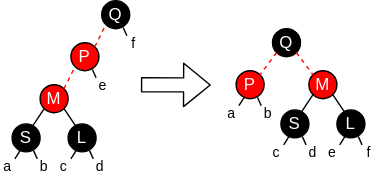
xuese0513/image keeps this draw.io diagram as DSA/note/RBT rotation LL.drawio.svg. Above is the earlier version. Source tidied: cells renumbered, new cells last; positions are measured from the earlier drawing's top-left corner, leaving out a move shared by most shapes.
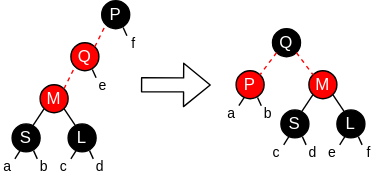
After the commit.

The edit, as a diff of the source:
```diff
@@ -43,7 +43,7 @@
     <mxCell id="14" value="S" style="ellipse;whiteSpace=wrap;html=1;fillColor=#000000;fontColor=#FFFFFF;" parent="1" vertex="1">
       <mxGeometry x="8" y="88" width="20" height="20" as="geometry" />
     </mxCell>
-    <mxCell id="15" value="P" style="ellipse;whiteSpace=wrap;html=1;fillColor=#FF0000;fontColor=#FFFFFF;" parent="1" vertex="1">
+    <mxCell id="15" value="Q" style="ellipse;whiteSpace=wrap;html=1;fillColor=#FF0000;fontColor=#FFFFFF;" parent="1" vertex="1">
       <mxGeometry x="50" y="30" width="20" height="20" as="geometry" />
     </mxCell>
     <mxCell id="16" style="endArrow=none;html=1;entryX=0.766;entryY=0.955;entryDx=0;entryDy=0;exitX=0;exitY=0;exitDx=0;exitDy=0;entryPerimeter=0;" parent="1" edge="1" source="17" target="15">
@@ -105,7 +105,7 @@
         <mxPoint x="150" y="60.2" as="targetPoint" />
       </mxGeometry>
     </mxCell>
-    <mxCell id="34" value="Q" style="ellipse;whiteSpace=wrap;html=1;fillColor=#000000;fontColor=#FFFFFF;" parent="1" vertex="1">
+    <mxCell id="34" value="P" style="ellipse;whiteSpace=wrap;html=1;fillColor=#000000;fontColor=#FFFFFF;" parent="1" vertex="1">
       <mxGeometry x="72" width="20" height="20" as="geometry" />
     </mxCell>
     <mxCell id="35" style="endArrow=none;html=1;entryX=0;entryY=1;entryDx=0;entryDy=0;exitX=1;exitY=0;exitDx=0;exitDy=0;dashed=1;strokeColor=#FF0000;" parent="1" edge="1" source="15" target="34">
```
